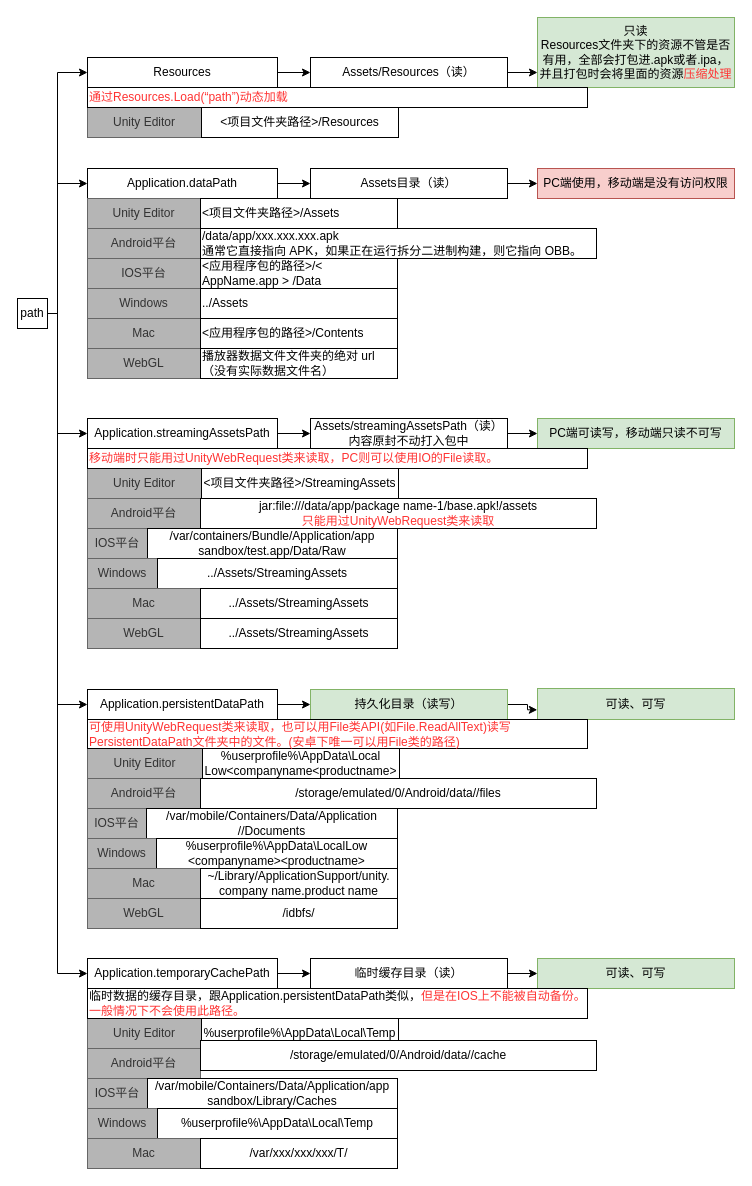
This is 未命名绘图.drawio from strongjay/outPath, a draw.io file, before an edit. Source tidied: cells renumbered, new cells numbered last; positions are measured from the earlier drawing's top-left corner, leaving out a move shared by most shapes. Both pictures are drawn from the tidied source at 100%, with x=0, y=0 at pixel (17, 17).
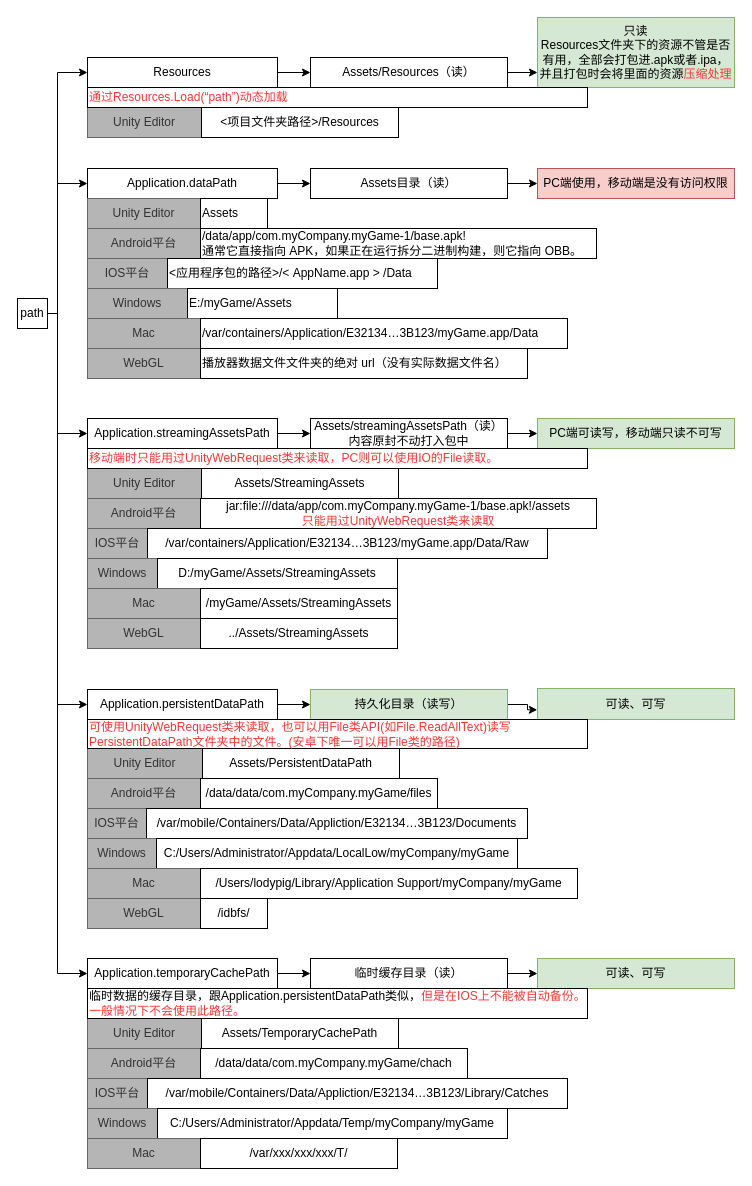
After the change.

Diff of the diagram source:
```diff
@@
-    <mxCell id="37" value="&amp;lt;项目文件夹路径&amp;gt;/Assets" style="rounded=0;whiteSpace=wrap;html=1;align=left;" parent="1" vertex="1">
-      <mxGeometry x="183" y="181" width="197" height="30" as="geometry" />
+    <mxCell id="37" value="Assets" style="rounded=0;whiteSpace=wrap;html=1;align=left;" parent="1" vertex="1">
+      <mxGeometry x="183" y="181" width="67" height="30" as="geometry" />
     </mxCell>
@@
-    <mxCell id="39" value="/data/app/xxx.xxx.xxx.apk&lt;br&gt;通常它直接指向 APK，如果正在运行拆分二进制构建，则它指向 OBB。" style="rounded=0;whiteSpace=wrap;html=1;align=left;" parent="1" vertex="1">
+    <mxCell id="39" value="/data/app/com.myCompany.myGame-1/base.apk!&lt;br&gt;通常它直接指向 APK，如果正在运行拆分二进制构建，则它指向 OBB。" style="rounded=0;whiteSpace=wrap;html=1;align=left;" parent="1" vertex="1">
       <mxGeometry x="183" y="211" width="396" height="30" as="geometry" />
     </mxCell>
     <mxCell id="40" value="IOS平台" style="rounded=0;whiteSpace=wrap;html=1;fillColor=#B5B5B5;fontColor=#333333;strokeColor=#666666;" parent="1" vertex="1">
-      <mxGeometry x="70" y="241" width="113" height="30" as="geometry" />
+      <mxGeometry x="70" y="241" width="80" height="30" as="geometry" />
     </mxCell>
     <mxCell id="41" value="&amp;lt;应用程序包的路径&amp;gt;/&amp;lt; AppName.app &amp;gt; /Data" style="rounded=0;whiteSpace=wrap;html=1;align=left;" parent="1" vertex="1">
-      <mxGeometry x="183" y="241" width="197" height="30" as="geometry" />
+      <mxGeometry x="150" y="241" width="270" height="30" as="geometry" />
     </mxCell>
     <mxCell id="42" value="Windows" style="rounded=0;whiteSpace=wrap;html=1;fillColor=#B5B5B5;fontColor=#333333;strokeColor=#666666;" parent="1" vertex="1">
-      <mxGeometry x="70" y="271" width="113" height="30" as="geometry" />
+      <mxGeometry x="70" y="271" width="100" height="30" as="geometry" />
     </mxCell>
-    <mxCell id="43" value="../Assets" style="rounded=0;whiteSpace=wrap;html=1;align=left;" parent="1" vertex="1">
-      <mxGeometry x="183" y="271" width="197" height="30" as="geometry" />
+    <mxCell id="43" value="E:/myGame/Assets" style="rounded=0;whiteSpace=wrap;html=1;align=left;" parent="1" vertex="1">
+      <mxGeometry x="170" y="271" width="150" height="30" as="geometry" />
     </mxCell>
@@
-    <mxCell id="45" value="&amp;lt;应用程序包的路径&amp;gt;/Contents" style="rounded=0;whiteSpace=wrap;html=1;align=left;" parent="1" vertex="1">
-      <mxGeometry x="183" y="301" width="197" height="30" as="geometry" />
+    <mxCell id="45" value="/var/containers/Application/E32134…3B123/myGame.app/Data" style="rounded=0;whiteSpace=wrap;html=1;align=left;" parent="1" vertex="1">
+      <mxGeometry x="183" y="301" width="367" height="30" as="geometry" />
     </mxCell>
@@
     <mxCell id="47" value="播放器数据文件文件夹的绝对 url（没有实际数据文件名）" style="rounded=0;whiteSpace=wrap;html=1;align=left;" parent="1" vertex="1">
-      <mxGeometry x="183" y="331" width="197" height="30" as="geometry" />
+      <mxGeometry x="183" y="331" width="327" height="30" as="geometry" />
     </mxCell>
@@
-    <mxCell id="49" value="&amp;lt;项目文件夹路径&amp;gt;/StreamingAssets" style="rounded=0;whiteSpace=wrap;html=1;" parent="1" vertex="1">
+    <mxCell id="49" value="Assets/StreamingAssets" style="rounded=0;whiteSpace=wrap;html=1;" parent="1" vertex="1">
       <mxGeometry x="184" y="451" width="197" height="30" as="geometry" />
     </mxCell>
@@
-    <mxCell id="51" value="jar:file:///data/app/package name-1/base.apk!/assets&lt;br&gt;&lt;font color=&quot;#ff3333&quot;&gt;只能用过UnityWebRequest类来读取&lt;/font&gt;" style="rounded=0;whiteSpace=wrap;html=1;" parent="1" vertex="1">
+    <mxCell id="51" value="jar:file:///data/app/com.myCompany.myGame-1/base.apk!/assets&lt;br&gt;&lt;font color=&quot;#ff3333&quot;&gt;只能用过UnityWebRequest类来读取&lt;/font&gt;" style="rounded=0;whiteSpace=wrap;html=1;" parent="1" vertex="1">
       <mxGeometry x="183" y="481" width="396" height="30" as="geometry" />
     </mxCell>
@@
-    <mxCell id="53" value="/var/containers/Bundle/Application/app sandbox/test.app/Data/Raw" style="rounded=0;whiteSpace=wrap;html=1;" parent="1" vertex="1">
-      <mxGeometry x="130" y="511" width="250" height="30" as="geometry" />
+    <mxCell id="53" value="/var/containers/Application/E32134…3B123/myGame.app/Data/Raw" style="rounded=0;whiteSpace=wrap;html=1;" parent="1" vertex="1">
+      <mxGeometry x="130" y="511" width="400" height="30" as="geometry" />
     </mxCell>
@@
-    <mxCell id="55" value="../Assets/StreamingAssets" style="rounded=0;whiteSpace=wrap;html=1;" parent="1" vertex="1">
+    <mxCell id="55" value="D:/myGame/Assets/StreamingAssets" style="rounded=0;whiteSpace=wrap;html=1;" parent="1" vertex="1">
       <mxGeometry x="140" y="541" width="240" height="30" as="geometry" />
     </mxCell>
@@
-    <mxCell id="57" value="../Assets/StreamingAssets" style="rounded=0;whiteSpace=wrap;html=1;" parent="1" vertex="1">
+    <mxCell id="57" value="/myGame/Assets/StreamingAssets" style="rounded=0;whiteSpace=wrap;html=1;" parent="1" vertex="1">
       <mxGeometry x="183" y="571" width="197" height="30" as="geometry" />
     </mxCell>
@@
-    <mxCell id="63" value="%userprofile%\AppData\Local&lt;br&gt;Low&amp;lt;companyname&amp;lt;productname&amp;gt;" style="rounded=0;whiteSpace=wrap;html=1;" parent="1" vertex="1">
+    <mxCell id="63" value="Assets/PersistentDataPath" style="rounded=0;whiteSpace=wrap;html=1;" parent="1" vertex="1">
       <mxGeometry x="185" y="731" width="197" height="30" as="geometry" />
     </mxCell>
@@
-    <mxCell id="65" value="/storage/emulated/0/Android/data//files" style="rounded=0;whiteSpace=wrap;html=1;" parent="1" vertex="1">
-      <mxGeometry x="183" y="761" width="396" height="30" as="geometry" />
+    <mxCell id="65" value="/data/data/com.myCompany.myGame/files" style="rounded=0;whiteSpace=wrap;html=1;" parent="1" vertex="1">
+      <mxGeometry x="183" y="761" width="237" height="30" as="geometry" />
     </mxCell>
@@
-    <mxCell id="67" value="/var/mobile/Containers/Data/Application&lt;br style=&quot;border-color: var(--border-color);&quot;&gt;//Documents" style="rounded=0;whiteSpace=wrap;html=1;" parent="1" vertex="1">
-      <mxGeometry x="129" y="791" width="251" height="30" as="geometry" />
+    <mxCell id="67" value="/var/mobile/Containers/Data/Appliction/E32134…3B123/Documents" style="rounded=0;whiteSpace=wrap;html=1;" parent="1" vertex="1">
+      <mxGeometry x="129" y="791" width="381" height="30" as="geometry" />
     </mxCell>
@@
-    <mxCell id="69" value="%userprofile%\AppData\LocalLow&lt;br style=&quot;border-color: var(--border-color);&quot;&gt;&amp;lt;companyname&amp;gt;&amp;lt;productname&amp;gt;" style="rounded=0;whiteSpace=wrap;html=1;" parent="1" vertex="1">
-      <mxGeometry x="139" y="821" width="241" height="30" as="geometry" />
+    <mxCell id="69" value="C:/Users/Administrator/Appdata/LocalLow/myCompany/myGame" style="rounded=0;whiteSpace=wrap;html=1;" parent="1" vertex="1">
+      <mxGeometry x="139" y="821" width="361" height="30" as="geometry" />
     </mxCell>
@@
-    <mxCell id="71" value="~/Library/ApplicationSupport/unity.&lt;br style=&quot;border-color: var(--border-color);&quot;&gt;company name.product name" style="rounded=0;whiteSpace=wrap;html=1;" parent="1" vertex="1">
-      <mxGeometry x="183" y="851" width="197" height="30" as="geometry" />
+    <mxCell id="71" value="/Users/lodypig/Library/Application Support/myCompany/myGame" style="rounded=0;whiteSpace=wrap;html=1;" parent="1" vertex="1">
+      <mxGeometry x="183" y="851" width="377" height="30" as="geometry" />
     </mxCell>
@@
     <mxCell id="73" value="/idbfs/" style="rounded=0;whiteSpace=wrap;html=1;" parent="1" vertex="1">
-      <mxGeometry x="183" y="881" width="197" height="30" as="geometry" />
+      <mxGeometry x="183" y="881" width="67" height="30" as="geometry" />
     </mxCell>
@@
-    <mxCell id="75" value="%userprofile%\AppData\Local\Temp" style="rounded=0;whiteSpace=wrap;html=1;" parent="1" vertex="1">
+    <mxCell id="75" value="Assets/TemporaryCachePath" style="rounded=0;whiteSpace=wrap;html=1;" parent="1" vertex="1">
       <mxGeometry x="184" y="1001" width="197" height="30" as="geometry" />
     </mxCell>
@@
-    <mxCell id="77" value="/storage/emulated/0/Android/data//cache" style="rounded=0;whiteSpace=wrap;html=1;" parent="1" vertex="1">
-      <mxGeometry x="183" y="1023" width="396" height="30" as="geometry" />
+    <mxCell id="77" value="/data/data/com.myCompany.myGame/chach" style="rounded=0;whiteSpace=wrap;html=1;" parent="1" vertex="1">
+      <mxGeometry x="183" y="1031" width="267" height="30" as="geometry" />
     </mxCell>
@@
-    <mxCell id="79" value="/var/mobile/Containers/Data/Application/app sandbox/Library/Caches" style="rounded=0;whiteSpace=wrap;html=1;" parent="1" vertex="1">
-      <mxGeometry x="130" y="1061" width="250" height="30" as="geometry" />
+    <mxCell id="79" value="/var/mobile/Containers/Data/Appliction/E32134…3B123/Library/Catches" style="rounded=0;whiteSpace=wrap;html=1;" parent="1" vertex="1">
+      <mxGeometry x="130" y="1061" width="420" height="30" as="geometry" />
     </mxCell>
@@
-    <mxCell id="81" value="%userprofile%\AppData\Local\Temp" style="rounded=0;whiteSpace=wrap;html=1;" parent="1" vertex="1">
-      <mxGeometry x="140" y="1091" width="240" height="30" as="geometry" />
+    <mxCell id="81" value="C:/Users/Administrator/Appdata/Temp/myCompany/myGame" style="rounded=0;whiteSpace=wrap;html=1;" parent="1" vertex="1">
+      <mxGeometry x="140" y="1091" width="350" height="30" as="geometry" />
     </mxCell>
```
